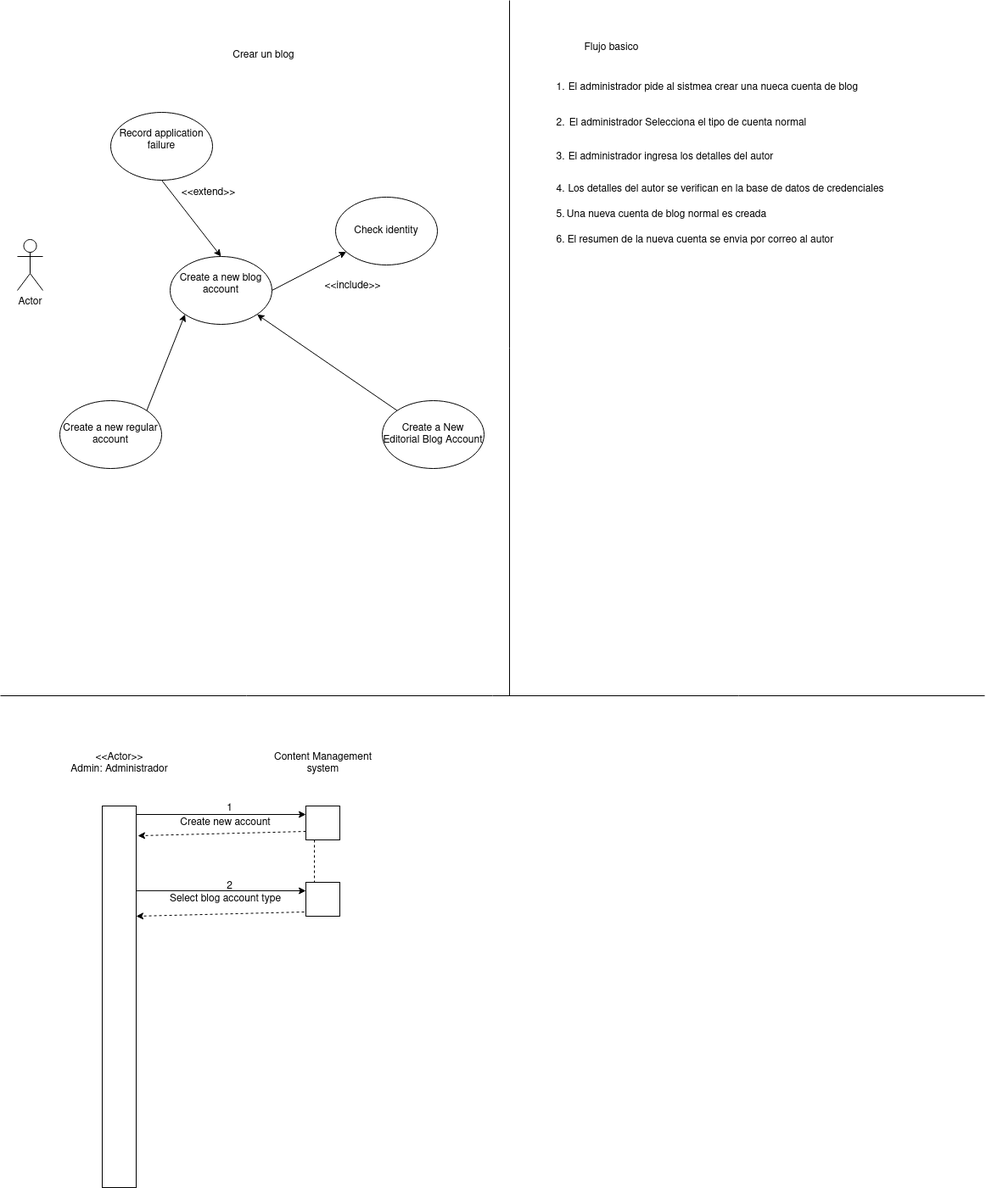
Before: DSejemplo.drawio.png, a diagram exported from draw.io (GermanOjeda/Tarea-ETS). Source tidied: cells renumbered, new cells last; positions are measured from the earlier drawing's top-left corner, leaving out a move shared by most shapes.
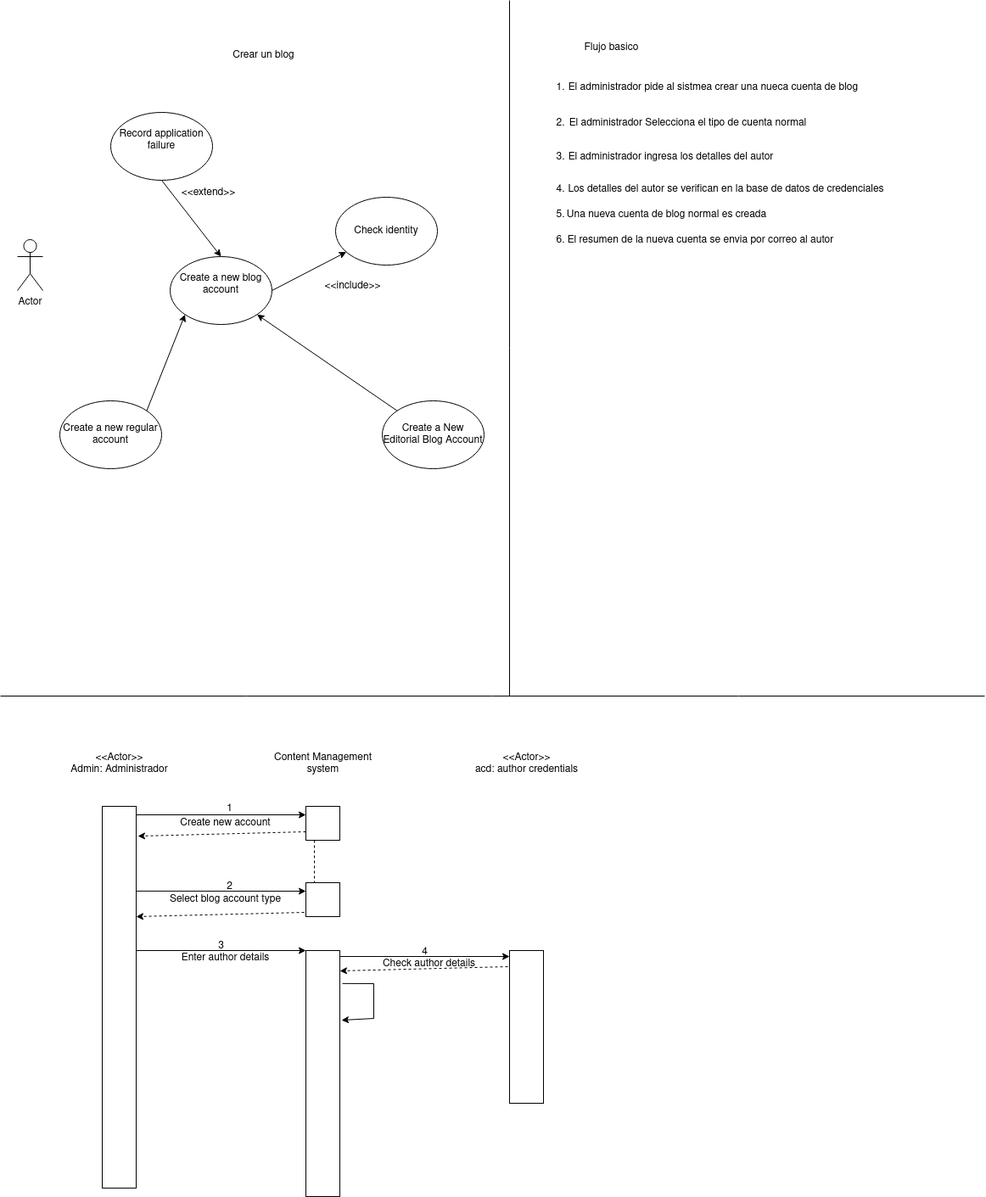
The same file after the commit.

The edit, as a diff of the source:
```diff
@@ -141,5 +141,52 @@
         <mxPoint x="160" y="1080" as="targetPoint" />
       </mxGeometry>
     </mxCell>
+    <mxCell id="44" style="rounded=0;whiteSpace=wrap;html=1;" parent="1" vertex="1">
+      <mxGeometry x="360" y="1120" width="40" height="290" as="geometry" />
+    </mxCell>
+    <mxCell id="45" style="edgeStyle=none;orthogonalLoop=1;jettySize=auto;html=1;rounded=0;exitX=1;exitY=0.222;exitDx=0;exitDy=0;exitPerimeter=0;entryX=0;entryY=0.25;entryDx=0;entryDy=0;" parent="1" edge="1">
+      <mxGeometry relative="1" as="geometry">
+        <mxPoint x="160" y="1120" as="sourcePoint" />
+        <mxPoint x="360" y="1120" as="targetPoint" />
+      </mxGeometry>
+    </mxCell>
+    <mxCell id="46" value="3" style="text;html=1;align=center;verticalAlign=middle;strokeColor=none;fillColor=none;" parent="1" vertex="1">
+      <mxGeometry x="245" y="1100" width="30" height="30" as="geometry" />
+    </mxCell>
+    <mxCell id="47" value="&lt;div&gt;Enter author details&lt;/div&gt;" style="text;html=1;align=center;verticalAlign=middle;strokeColor=none;fillColor=none;" parent="1" vertex="1">
+      <mxGeometry x="200" y="1114" width="130" height="30" as="geometry" />
+    </mxCell>
+    <mxCell id="48" value="&lt;div&gt;&amp;lt;&amp;lt;Actor&amp;gt;&amp;gt;&lt;/div&gt;&lt;div&gt;acd: author credentials&lt;/div&gt;" style="text;html=1;align=center;verticalAlign=middle;strokeColor=none;fillColor=none;" parent="1" vertex="1">
+      <mxGeometry x="550" y="880" width="140" height="40" as="geometry" />
+    </mxCell>
+    <mxCell id="49" style="rounded=0;whiteSpace=wrap;html=1;" parent="1" vertex="1">
+      <mxGeometry x="600" y="1120" width="40" height="180" as="geometry" />
+    </mxCell>
+    <mxCell id="50" style="edgeStyle=none;orthogonalLoop=1;jettySize=auto;html=1;rounded=0;exitX=1;exitY=0.222;exitDx=0;exitDy=0;exitPerimeter=0;entryX=0;entryY=0.25;entryDx=0;entryDy=0;" parent="1" edge="1">
+      <mxGeometry relative="1" as="geometry">
+        <mxPoint x="400" y="1127" as="sourcePoint" />
+        <mxPoint x="600" y="1127" as="targetPoint" />
+      </mxGeometry>
+    </mxCell>
+    <mxCell id="51" value="&lt;div&gt;4&lt;/div&gt;" style="text;html=1;align=center;verticalAlign=middle;strokeColor=none;fillColor=none;" parent="1" vertex="1">
+      <mxGeometry x="485" y="1107" width="30" height="30" as="geometry" />
+    </mxCell>
+    <mxCell id="52" value="&lt;div&gt;Check author details&lt;/div&gt;" style="text;html=1;align=center;verticalAlign=middle;strokeColor=none;fillColor=none;" parent="1" vertex="1">
+      <mxGeometry x="440" y="1121" width="130" height="30" as="geometry" />
+    </mxCell>
+    <mxCell id="53" style="edgeStyle=none;orthogonalLoop=1;jettySize=auto;html=1;rounded=0;dashed=1;entryX=1.05;entryY=0.078;entryDx=0;entryDy=0;entryPerimeter=0;exitX=0;exitY=0.75;exitDx=0;exitDy=0;" parent="1" edge="1">
+      <mxGeometry relative="1" as="geometry">
+        <mxPoint x="598" y="1139" as="sourcePoint" />
+        <mxPoint x="400" y="1144" as="targetPoint" />
+      </mxGeometry>
+    </mxCell>
+    <mxCell id="54" style="endArrow=classic;html=1;rounded=0;exitX=1.075;exitY=0.134;exitDx=0;exitDy=0;exitPerimeter=0;entryX=1.05;entryY=0.283;entryDx=0;entryDy=0;entryPerimeter=0;" parent="1" edge="1" source="44" target="44">
+      <mxGeometry relative="1" as="geometry">
+        <Array as="points">
+          <mxPoint x="440" y="1159" />
+          <mxPoint x="440" y="1200" />
+        </Array>
+      </mxGeometry>
+    </mxCell>
   </root>
 </mxGraphModel>
```
